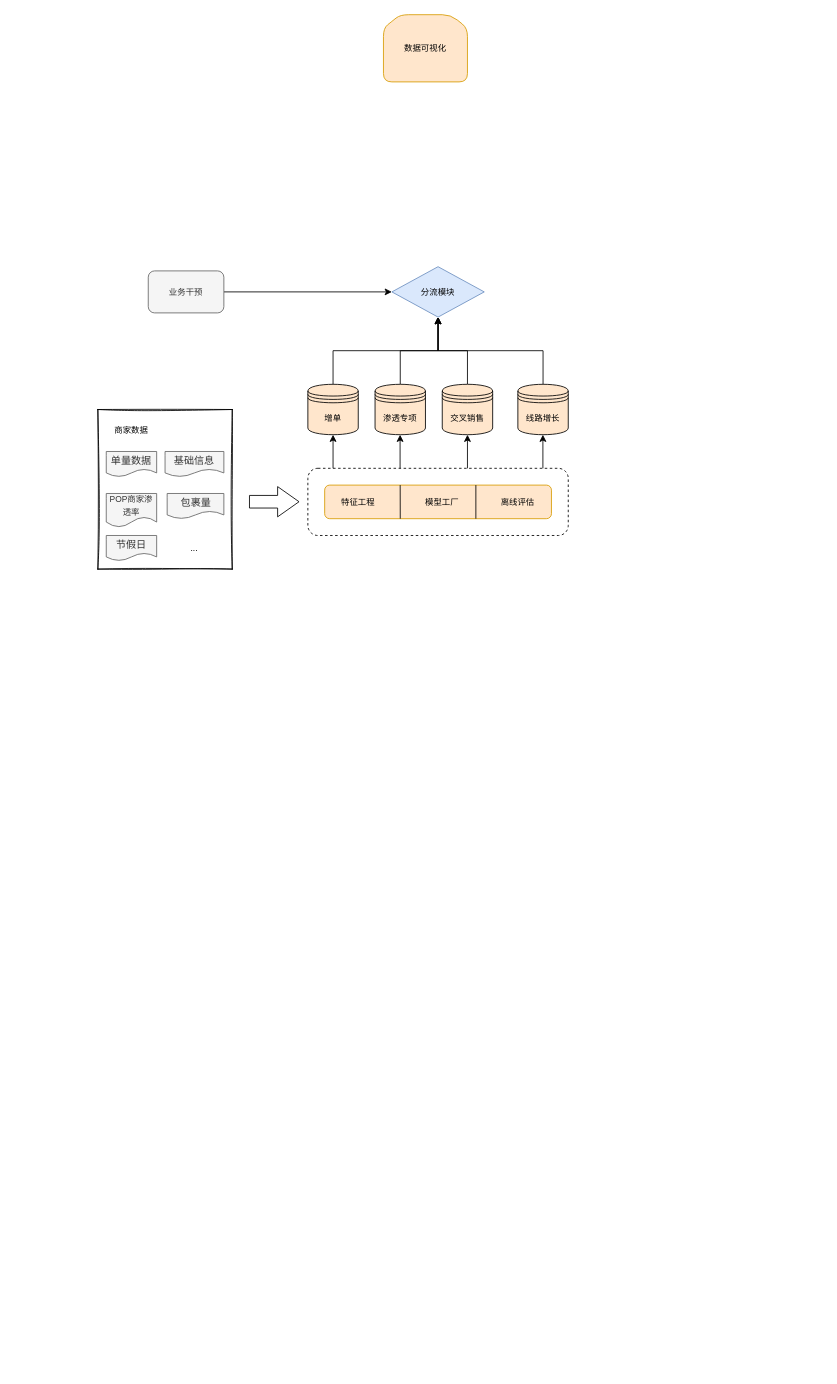
JintaiYang/drawio keeps this draw.io diagram as 增单.drawio. Above is the earlier version. Source tidied: cells renumbered, new cells numbered last; positions are measured from the earlier drawing's top-left corner, leaving out a move shared by most shapes. Both pictures are drawn from the tidied source at 84%, with x=0, y=0 at pixel (97, 14).
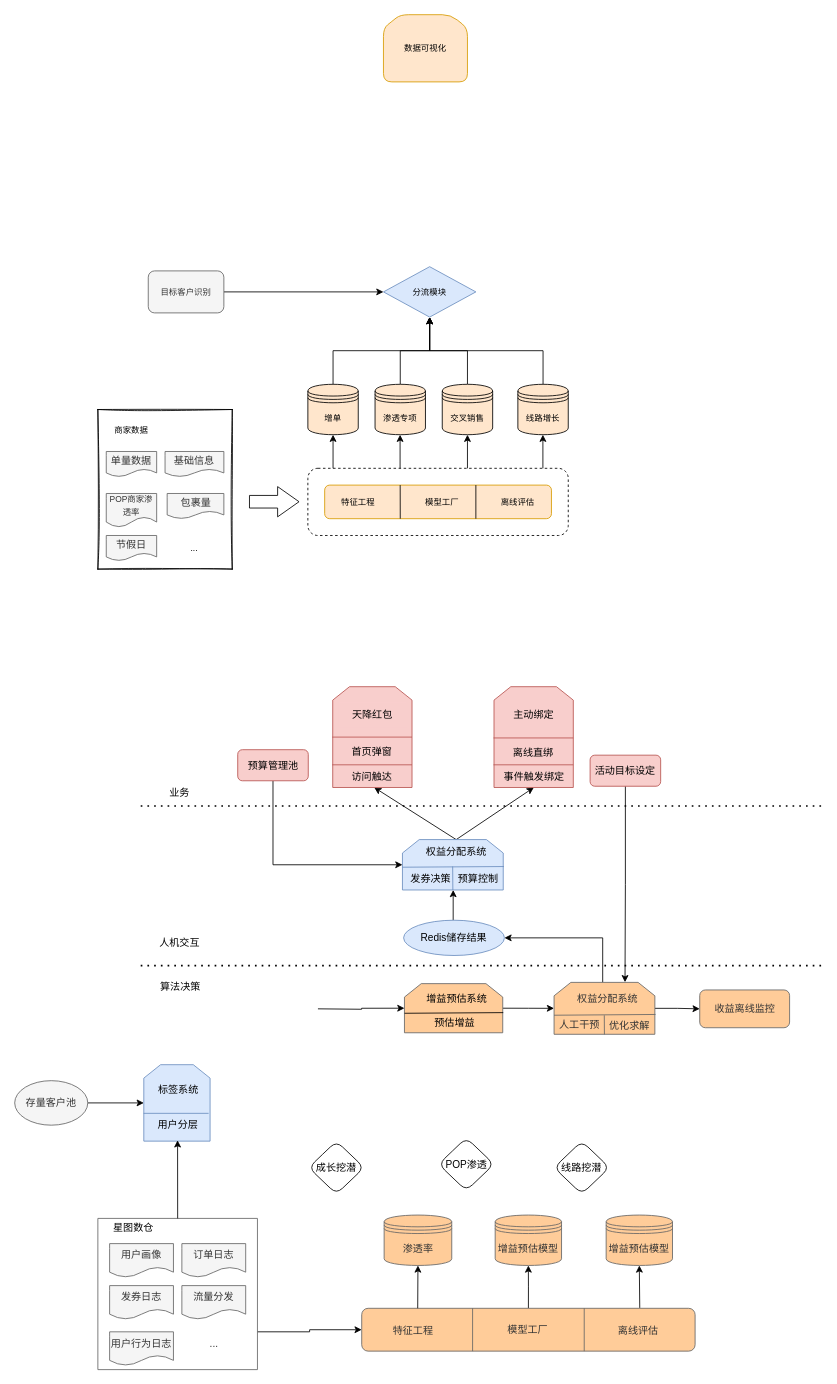
The same page after the edit.

The edit, as a diff of the source:
```diff
@@
     <mxCell id="26" value="分流模块" style="rhombus;whiteSpace=wrap;html=1;rounded=0;sketch=0;fontSize=10;fillColor=#dae8fc;strokeColor=#6c8ebf;" parent="1" vertex="1">
-      <mxGeometry x="350" y="300" width="110" height="60" as="geometry" />
+      <mxGeometry x="340" y="300" width="110" height="60" as="geometry" />
     </mxCell>
@@
-    <mxCell id="34" value="业务干预" style="rounded=1;whiteSpace=wrap;html=1;sketch=0;fontSize=10;fillColor=#f5f5f5;strokeColor=#666666;fontColor=#333333;" parent="1" vertex="1">
+    <mxCell id="34" value="目标客户识别" style="rounded=1;whiteSpace=wrap;html=1;sketch=0;fontSize=10;fillColor=#f5f5f5;strokeColor=#666666;fontColor=#333333;" parent="1" vertex="1">
       <mxGeometry x="60" y="305" width="90" height="50" as="geometry" />
     </mxCell>
+    <mxCell id="35" style="edgeStyle=orthogonalEdgeStyle;rounded=0;jettySize=auto;html=1;exitX=1;exitY=0.75;exitDx=0;exitDy=0;entryX=0;entryY=0.5;entryDx=0;entryDy=0;strokeWidth=1;" parent="1" edge="1" source="36" target="92">
+      <mxGeometry relative="1" as="geometry" />
+    </mxCell>
+    <mxCell id="36" style="swimlane;startSize=0;rounded=1;arcSize=38;fillColor=#f5f5f5;fontColor=#333333;strokeColor=#666666;" parent="1" vertex="1">
+      <mxGeometry y="1433" width="190" height="180" as="geometry" />
+    </mxCell>
+    <mxCell id="37" value="用户画像" style="shape=document;whiteSpace=wrap;html=1;boundedLbl=1;rounded=1;fillColor=#f5f5f5;fontColor=#333333;strokeColor=#666666;" parent="36" vertex="1">
+      <mxGeometry x="14" y="30" width="76" height="40" as="geometry" />
+    </mxCell>
+    <mxCell id="38" value="订单日志" style="shape=document;whiteSpace=wrap;html=1;boundedLbl=1;rounded=1;fillColor=#f5f5f5;fontColor=#333333;strokeColor=#666666;" parent="36" vertex="1">
+      <mxGeometry x="100" y="30" width="76" height="40" as="geometry" />
+    </mxCell>
+    <mxCell id="39" value="发券日志" style="shape=document;whiteSpace=wrap;html=1;boundedLbl=1;rounded=1;fillColor=#f5f5f5;fontColor=#333333;strokeColor=#666666;" parent="36" vertex="1">
+      <mxGeometry x="14" y="80" width="76" height="40" as="geometry" />
+    </mxCell>
+    <mxCell id="40" value="流量分发" style="shape=document;whiteSpace=wrap;html=1;boundedLbl=1;rounded=1;fillColor=#f5f5f5;fontColor=#333333;strokeColor=#666666;" parent="36" vertex="1">
+      <mxGeometry x="100" y="80" width="76" height="40" as="geometry" />
+    </mxCell>
+    <mxCell id="41" value="用户行为日志" style="shape=document;whiteSpace=wrap;html=1;boundedLbl=1;rounded=1;fillColor=#f5f5f5;fontColor=#333333;strokeColor=#666666;" parent="36" vertex="1">
+      <mxGeometry x="14" y="135" width="76" height="40" as="geometry" />
+    </mxCell>
+    <mxCell id="42" value="..." style="text;html=1;align=center;verticalAlign=middle;strokeColor=none;fillColor=none;fontColor=#333333;" parent="36" vertex="1">
+      <mxGeometry x="123" y="135" width="30" height="30" as="geometry" />
+    </mxCell>
+    <mxCell id="43" value="收益离线监控" style="rounded=1;whiteSpace=wrap;html=1;fillColor=#FFCC99;fontColor=#333333;strokeColor=#666666;" parent="1" vertex="1">
+      <mxGeometry x="716.5" y="1161" width="107" height="45" as="geometry" />
+    </mxCell>
+    <mxCell id="44" style="edgeStyle=orthogonalEdgeStyle;rounded=0;jettySize=auto;html=1;entryX=0;entryY=0.5;entryDx=0;entryDy=0;strokeWidth=1;" parent="1" edge="1" target="80">
+      <mxGeometry relative="1" as="geometry">
+        <mxPoint x="262" y="1183.5" as="sourcePoint" />
+      </mxGeometry>
+    </mxCell>
+    <mxCell id="45" value="渗透率" style="shape=datastore;whiteSpace=wrap;html=1;rounded=1;glass=0;sketch=0;strokeWidth=1;fillColor=#FFCC99;fontColor=#333333;strokeColor=#666666;" parent="1" vertex="1">
+      <mxGeometry x="340.8" y="1429" width="80.5" height="60" as="geometry" />
+    </mxCell>
+    <mxCell id="46" style="edgeStyle=orthogonalEdgeStyle;rounded=0;jettySize=auto;html=1;exitX=0.5;exitY=1;exitDx=0;exitDy=0;entryX=0.704;entryY=-0.003;entryDx=0;entryDy=0;entryPerimeter=0;strokeWidth=1;" parent="1" edge="1" source="47" target="84">
+      <mxGeometry relative="1" as="geometry" />
+    </mxCell>
+    <mxCell id="47" value="活动目标设定" style="rounded=1;whiteSpace=wrap;html=1;glass=0;sketch=0;strokeWidth=1;fillColor=#f8cecc;strokeColor=#b85450;" parent="1" vertex="1">
+      <mxGeometry x="586" y="881.5" width="84" height="37" as="geometry" />
+    </mxCell>
+    <mxCell id="48" style="shape=loopLimit;whiteSpace=wrap;html=1;rounded=0;sketch=0;size=20;fillColor=#dae8fc;strokeColor=#6c8ebf;" parent="1" vertex="1">
+      <mxGeometry x="54.7" y="1250" width="78.9" height="91" as="geometry" />
+    </mxCell>
+    <mxCell id="49" value="标签系统" style="text;html=1;strokeColor=none;fillColor=none;align=center;verticalAlign=middle;whiteSpace=wrap;rounded=0;sketch=0;" parent="1" vertex="1">
+      <mxGeometry x="55.6" y="1265" width="80" height="30" as="geometry" />
+    </mxCell>
+    <mxCell id="50" style="endArrow=none;html=1;rounded=0;exitX=-0.01;exitY=0.572;exitDx=0;exitDy=0;exitPerimeter=0;fillColor=#dae8fc;strokeColor=#6c8ebf;" parent="1" edge="1">
+      <mxGeometry relative="1" as="geometry">
+        <mxPoint x="54.4" y="1307.9" as="sourcePoint" />
+        <mxPoint x="131.9" y="1307.9" as="targetPoint" />
+      </mxGeometry>
+    </mxCell>
+    <mxCell id="51" value="用户分层" style="text;html=1;align=center;verticalAlign=middle;strokeColor=none;fillColor=none;" parent="1" vertex="1">
+      <mxGeometry x="60.1" y="1307" width="70" height="30" as="geometry" />
+    </mxCell>
+    <mxCell id="52" style="endArrow=classic;html=1;rounded=0;strokeWidth=1;exitX=0.5;exitY=0;exitDx=0;exitDy=0;" parent="1" edge="1" source="36">
+      <mxGeometry relative="1" as="geometry">
+        <mxPoint x="94.9" y="1340" as="targetPoint" />
+      </mxGeometry>
+    </mxCell>
+    <mxCell id="53" style="edgeStyle=orthogonalEdgeStyle;rounded=0;jettySize=auto;html=1;exitX=1;exitY=0.5;exitDx=0;exitDy=0;entryX=0;entryY=0.5;entryDx=0;entryDy=0;strokeWidth=1;" parent="1" edge="1" source="80" target="84">
+      <mxGeometry relative="1" as="geometry" />
+    </mxCell>
+    <mxCell id="54" style="edgeStyle=orthogonalEdgeStyle;rounded=0;jettySize=auto;html=1;exitX=1;exitY=0.5;exitDx=0;exitDy=0;entryX=0;entryY=0.5;entryDx=0;entryDy=0;strokeWidth=1;" parent="1" edge="1" source="84" target="43">
+      <mxGeometry relative="1" as="geometry" />
+    </mxCell>
+    <mxCell id="55" style="endArrow=classic;html=1;rounded=0;strokeWidth=1;entryX=0.543;entryY=0.933;entryDx=0;entryDy=0;entryPerimeter=0;exitX=0.5;exitY=0;exitDx=0;exitDy=0;" parent="1" edge="1" source="68" target="61">
+      <mxGeometry relative="1" as="geometry" />
+    </mxCell>
+    <mxCell id="56" style="shape=loopLimit;whiteSpace=wrap;html=1;rounded=0;sketch=0;size=20;fillColor=#f8cecc;strokeColor=#b85450;" parent="1" vertex="1">
+      <mxGeometry x="279.6" y="800" width="94.4" height="120" as="geometry" />
+    </mxCell>
+    <mxCell id="57" style="endArrow=none;html=1;rounded=0;exitX=-0.01;exitY=0.572;exitDx=0;exitDy=0;exitPerimeter=0;fillColor=#f8cecc;strokeColor=#b85450;" parent="1" edge="1">
+      <mxGeometry relative="1" as="geometry">
+        <mxPoint x="279" y="860" as="sourcePoint" />
+        <mxPoint x="374" y="860" as="targetPoint" />
+      </mxGeometry>
+    </mxCell>
+    <mxCell id="58" value="天降红包" style="text;html=1;strokeColor=none;fillColor=#f8cecc;align=center;verticalAlign=middle;whiteSpace=wrap;rounded=0;sketch=0;" parent="1" vertex="1">
+      <mxGeometry x="287" y="819" width="80" height="30" as="geometry" />
+    </mxCell>
+    <mxCell id="59" style="endArrow=none;html=1;rounded=0;exitX=-0.01;exitY=0.572;exitDx=0;exitDy=0;exitPerimeter=0;fillColor=#f8cecc;strokeColor=#b85450;" parent="1" edge="1">
+      <mxGeometry relative="1" as="geometry">
+        <mxPoint x="279" y="893" as="sourcePoint" />
+        <mxPoint x="374" y="893" as="targetPoint" />
+      </mxGeometry>
+    </mxCell>
+    <mxCell id="60" value="首页弹窗" style="text;html=1;align=center;verticalAlign=middle;strokeColor=none;fillColor=none;" parent="1" vertex="1">
+      <mxGeometry x="291" y="863" width="70" height="30" as="geometry" />
+    </mxCell>
+    <mxCell id="61" value="访问触达" style="text;html=1;align=center;verticalAlign=middle;points=[];strokeColor=none;fillColor=none;" parent="1" vertex="1">
+      <mxGeometry x="291" y="892" width="70" height="30" as="geometry" />
+    </mxCell>
+    <mxCell id="62" style="endArrow=classic;html=1;rounded=0;strokeWidth=1;exitX=0.5;exitY=0;exitDx=0;exitDy=0;entryX=0.5;entryY=0.9;entryDx=0;entryDy=0;entryPerimeter=0;" parent="1" edge="1" source="68" target="75">
+      <mxGeometry relative="1" as="geometry" />
+    </mxCell>
+    <mxCell id="63" style="shape=loopLimit;whiteSpace=wrap;html=1;rounded=0;sketch=0;size=20;fillColor=#dae8fc;strokeColor=#6c8ebf;" parent="1" vertex="1">
+      <mxGeometry x="362.6" y="982" width="120" height="60" as="geometry" />
+    </mxCell>
+    <mxCell id="64" style="endArrow=none;html=1;rounded=0;entryX=0.997;entryY=0.558;entryDx=0;entryDy=0;exitX=-0.01;exitY=0.572;exitDx=0;exitDy=0;exitPerimeter=0;entryPerimeter=0;fillColor=#dae8fc;strokeColor=#6c8ebf;" parent="1" edge="1">
+      <mxGeometry relative="1" as="geometry">
+        <mxPoint x="362.6" y="1014.9" as="sourcePoint" />
+        <mxPoint x="483.4" y="1014.1" as="targetPoint" />
+      </mxGeometry>
+    </mxCell>
+    <mxCell id="65" style="endArrow=none;html=1;rounded=0;fillColor=#dae8fc;strokeColor=#6c8ebf;" parent="1" edge="1">
+      <mxGeometry relative="1" as="geometry">
+        <mxPoint x="423.5" y="1042" as="sourcePoint" />
+        <mxPoint x="423.5" y="1042" as="targetPoint" />
+      </mxGeometry>
+    </mxCell>
+    <mxCell id="66" style="endArrow=none;html=1;rounded=0;exitX=0.5;exitY=1;exitDx=0;exitDy=0;fillColor=#dae8fc;strokeColor=#6c8ebf;" parent="1" edge="1" source="63">
+      <mxGeometry relative="1" as="geometry">
+        <mxPoint x="422.4" y="1014" as="targetPoint" />
+      </mxGeometry>
+    </mxCell>
+    <mxCell id="67" value="预算控制" style="text;html=1;strokeColor=none;fillColor=none;align=center;verticalAlign=middle;whiteSpace=wrap;rounded=0;sketch=0;" parent="1" vertex="1">
+      <mxGeometry x="422.6" y="1014" width="60" height="30" as="geometry" />
+    </mxCell>
+    <mxCell id="68" value="权益分配系统" style="text;html=1;strokeColor=none;fillColor=none;align=center;verticalAlign=middle;whiteSpace=wrap;rounded=0;sketch=0;" parent="1" vertex="1">
+      <mxGeometry x="386.6" y="982" width="80" height="30" as="geometry" />
+    </mxCell>
+    <mxCell id="69" value="发券决策" style="text;html=1;align=center;verticalAlign=middle;strokeColor=none;fillColor=none;" parent="1" vertex="1">
+      <mxGeometry x="361" y="1014" width="70" height="30" as="geometry" />
+    </mxCell>
+    <mxCell id="70" style="shape=loopLimit;whiteSpace=wrap;html=1;rounded=0;sketch=0;size=20;fillColor=#f8cecc;strokeColor=#b85450;" parent="1" vertex="1">
+      <mxGeometry x="471.6" y="800" width="94.4" height="120" as="geometry" />
+    </mxCell>
+    <mxCell id="71" style="endArrow=none;html=1;rounded=0;exitX=-0.01;exitY=0.572;exitDx=0;exitDy=0;exitPerimeter=0;fillColor=#f8cecc;strokeColor=#b85450;" parent="1" edge="1">
+      <mxGeometry relative="1" as="geometry">
+        <mxPoint x="471" y="861" as="sourcePoint" />
+        <mxPoint x="566" y="861" as="targetPoint" />
+      </mxGeometry>
+    </mxCell>
+    <mxCell id="72" value="主动绑定" style="text;html=1;strokeColor=none;fillColor=none;align=center;verticalAlign=middle;whiteSpace=wrap;rounded=0;sketch=0;" parent="1" vertex="1">
+      <mxGeometry x="479" y="819" width="80" height="30" as="geometry" />
+    </mxCell>
+    <mxCell id="73" style="endArrow=none;html=1;rounded=0;exitX=-0.01;exitY=0.572;exitDx=0;exitDy=0;exitPerimeter=0;fillColor=#f8cecc;strokeColor=#b85450;" parent="1" edge="1">
+      <mxGeometry relative="1" as="geometry">
+        <mxPoint x="471" y="893" as="sourcePoint" />
+        <mxPoint x="566" y="893" as="targetPoint" />
+      </mxGeometry>
+    </mxCell>
+    <mxCell id="74" value="离线直绑" style="text;html=1;align=center;verticalAlign=middle;strokeColor=none;fillColor=none;" parent="1" vertex="1">
+      <mxGeometry x="483" y="864" width="70" height="30" as="geometry" />
+    </mxCell>
+    <mxCell id="75" value="事件触发绑定" style="text;html=1;align=center;verticalAlign=middle;points=[];strokeColor=none;fillColor=none;" parent="1" vertex="1">
+      <mxGeometry x="469" y="893" width="100" height="30" as="geometry" />
+    </mxCell>
+    <mxCell id="76" style="edgeStyle=orthogonalEdgeStyle;rounded=0;orthogonalLoop=1;jettySize=auto;html=1;exitX=0.5;exitY=0;exitDx=0;exitDy=0;strokeWidth=1;entryX=0.914;entryY=0.933;entryDx=0;entryDy=0;entryPerimeter=0;" parent="1" edge="1">
+      <mxGeometry relative="1" as="geometry">
+        <mxPoint x="423" y="1078" as="sourcePoint" />
+        <mxPoint x="423" y="1042" as="targetPoint" />
+      </mxGeometry>
+    </mxCell>
+    <mxCell id="77" value="Redis储存结果" style="ellipse;whiteSpace=wrap;html=1;rounded=1;glass=0;sketch=0;strokeWidth=1;fillColor=#dae8fc;strokeColor=#6c8ebf;" parent="1" vertex="1">
+      <mxGeometry x="364" y="1078" width="120" height="42" as="geometry" />
+    </mxCell>
+    <mxCell id="78" style="edgeStyle=orthogonalEdgeStyle;rounded=0;jettySize=auto;html=1;entryX=1;entryY=0.5;entryDx=0;entryDy=0;strokeWidth=1;" parent="1" edge="1" source="84" target="77">
+      <mxGeometry relative="1" as="geometry">
+        <Array as="points">
+          <mxPoint x="601" y="1099" />
+        </Array>
+      </mxGeometry>
+    </mxCell>
+    <mxCell id="79" style="endArrow=none;dashed=1;html=1;dashPattern=1 3;strokeWidth=2;rounded=0;" parent="1" edge="1">
+      <mxGeometry relative="1" as="geometry">
+        <mxPoint x="51" y="1132" as="sourcePoint" />
+        <mxPoint x="861" y="1132" as="targetPoint" />
+      </mxGeometry>
+    </mxCell>
+    <mxCell id="80" style="shape=loopLimit;whiteSpace=wrap;html=1;rounded=0;sketch=0;size=20;fillColor=#FFCC99;strokeColor=#666666;fontColor=#333333;" parent="1" vertex="1">
+      <mxGeometry x="365" y="1153.5" width="117" height="58.5" as="geometry" />
+    </mxCell>
+    <mxCell id="81" style="endArrow=none;html=1;rounded=0;entryX=0.997;entryY=0.558;entryDx=0;entryDy=0;entryPerimeter=0;fillColor=#fff2cc;strokeColor=#000000;exitX=0.001;exitY=0.603;exitDx=0;exitDy=0;exitPerimeter=0;" parent="1" edge="1" source="80">
+      <mxGeometry relative="1" as="geometry">
+        <mxPoint x="482.6" y="1188" as="targetPoint" />
+      </mxGeometry>
+    </mxCell>
+    <mxCell id="82" value="预估增益" style="text;html=1;strokeColor=none;fillColor=none;align=center;verticalAlign=middle;whiteSpace=wrap;rounded=0;sketch=0;" parent="1" vertex="1">
+      <mxGeometry x="395" y="1193.5" width="60" height="15" as="geometry" />
+    </mxCell>
+    <mxCell id="83" value="增益预估系统" style="text;html=1;strokeColor=none;fillColor=none;align=center;verticalAlign=middle;whiteSpace=wrap;rounded=0;sketch=0;" parent="1" vertex="1">
+      <mxGeometry x="389.2" y="1164.5" width="77" height="15" as="geometry" />
+    </mxCell>
+    <mxCell id="84" style="shape=loopLimit;whiteSpace=wrap;html=1;rounded=0;sketch=0;size=20;fillColor=#FFCC99;fontColor=#333333;strokeColor=#666666;" parent="1" vertex="1">
+      <mxGeometry x="543.1" y="1152" width="120" height="61.8" as="geometry" />
+    </mxCell>
+    <mxCell id="85" style="endArrow=none;html=1;rounded=0;entryX=0.997;entryY=0.558;entryDx=0;entryDy=0;exitX=-0.01;exitY=0.572;exitDx=0;exitDy=0;exitPerimeter=0;entryPerimeter=0;fillColor=#f5f5f5;strokeColor=#666666;" parent="1" edge="1">
+      <mxGeometry relative="1" as="geometry">
+        <mxPoint x="543.1" y="1191.1" as="sourcePoint" />
+        <mxPoint x="663.9" y="1190.2" as="targetPoint" />
+      </mxGeometry>
+    </mxCell>
+    <mxCell id="86" style="endArrow=none;html=1;rounded=0;fillColor=#f5f5f5;strokeColor=#666666;" parent="1" edge="1" target="84">
+      <mxGeometry relative="1" as="geometry">
+        <mxPoint x="603" y="1213.8" as="sourcePoint" />
+      </mxGeometry>
+    </mxCell>
+    <mxCell id="87" style="endArrow=none;html=1;rounded=0;exitX=-0.001;exitY=0.837;exitDx=0;exitDy=0;exitPerimeter=0;fillColor=#f5f5f5;strokeColor=#666666;" parent="1" edge="1" source="88">
+      <mxGeometry relative="1" as="geometry">
+        <mxPoint x="602.9" y="1191.2" as="targetPoint" />
+      </mxGeometry>
+    </mxCell>
+    <mxCell id="88" value="优化求解" style="text;html=1;strokeColor=none;fillColor=none;align=center;verticalAlign=middle;whiteSpace=wrap;rounded=0;sketch=0;fontColor=#333333;" parent="1" vertex="1">
+      <mxGeometry x="603.1" y="1188.1" width="60" height="30.9" as="geometry" />
+    </mxCell>
+    <mxCell id="89" value="权益分配系统" style="text;html=1;strokeColor=none;fillColor=none;align=center;verticalAlign=middle;whiteSpace=wrap;rounded=0;sketch=0;fontColor=#333333;" parent="1" vertex="1">
+      <mxGeometry x="567.1" y="1156.1" width="80" height="30.9" as="geometry" />
+    </mxCell>
+    <mxCell id="90" value="人工干预" style="text;html=1;align=center;verticalAlign=middle;strokeColor=none;fillColor=none;fontColor=#333333;" parent="1" vertex="1">
+      <mxGeometry x="538.1" y="1188.1" width="70" height="30" as="geometry" />
+    </mxCell>
+    <mxCell id="91" style="edgeStyle=orthogonalEdgeStyle;rounded=0;jettySize=auto;html=1;exitX=0.5;exitY=0;exitDx=0;exitDy=0;entryX=0.5;entryY=1;entryDx=0;entryDy=0;" parent="1" edge="1" source="92" target="105">
+      <mxGeometry relative="1" as="geometry" />
+    </mxCell>
+    <mxCell id="92" value="模型工厂" style="shape=process;whiteSpace=wrap;html=1;backgroundOutline=1;rounded=1;glass=0;sketch=0;strokeWidth=1;size=0.3333333333333333;fillColor=#FFCC99;fontColor=#333333;strokeColor=#666666;" parent="1" vertex="1">
+      <mxGeometry x="314.1" y="1540" width="396.9" height="51" as="geometry" />
+    </mxCell>
+    <mxCell id="93" value="特征工程" style="text;html=1;align=center;verticalAlign=middle;strokeColor=none;fillColor=none;fontColor=#333333;" parent="1" vertex="1">
+      <mxGeometry x="340" y="1552" width="70" height="30" as="geometry" />
+    </mxCell>
+    <mxCell id="94" value="离线评估" style="text;html=1;align=center;verticalAlign=middle;strokeColor=none;fillColor=none;fontColor=#333333;" parent="1" vertex="1">
+      <mxGeometry x="608.1" y="1552" width="70" height="30" as="geometry" />
+    </mxCell>
+    <mxCell id="95" value="算法决策" style="text;html=1;align=center;verticalAlign=middle;strokeColor=none;fillColor=none;" parent="1" vertex="1">
+      <mxGeometry x="63" y="1142.5" width="70" height="30" as="geometry" />
+    </mxCell>
+    <mxCell id="96" value="人机交互" style="text;html=1;align=center;verticalAlign=middle;strokeColor=none;fillColor=none;" parent="1" vertex="1">
+      <mxGeometry x="62" y="1090" width="70" height="30" as="geometry" />
+    </mxCell>
+    <mxCell id="97" value="星图数仓" style="text;html=1;align=center;verticalAlign=middle;strokeColor=none;fillColor=none;" parent="1" vertex="1">
+      <mxGeometry x="7" y="1430" width="70" height="30" as="geometry" />
+    </mxCell>
+    <mxCell id="98" style="endArrow=none;dashed=1;html=1;dashPattern=1 3;strokeWidth=2;rounded=0;" parent="1" edge="1">
+      <mxGeometry relative="1" as="geometry">
+        <mxPoint x="51" y="942" as="sourcePoint" />
+        <mxPoint x="861" y="942" as="targetPoint" />
+      </mxGeometry>
+    </mxCell>
+    <mxCell id="99" value="业务" style="text;html=1;align=center;verticalAlign=middle;strokeColor=none;fillColor=none;" parent="1" vertex="1">
+      <mxGeometry x="72" y="912" width="50" height="30" as="geometry" />
+    </mxCell>
+    <mxCell id="100" style="edgeStyle=orthogonalEdgeStyle;rounded=0;jettySize=auto;html=1;exitX=0.5;exitY=1;exitDx=0;exitDy=0;entryX=0;entryY=0.5;entryDx=0;entryDy=0;fontSize=10;" parent="1" edge="1" source="101" target="63">
+      <mxGeometry relative="1" as="geometry" />
+    </mxCell>
+    <mxCell id="101" value="预算管理池" style="rounded=1;whiteSpace=wrap;html=1;glass=0;sketch=0;strokeWidth=1;fillColor=#f8cecc;strokeColor=#b85450;" parent="1" vertex="1">
+      <mxGeometry x="166.5" y="875" width="84" height="37" as="geometry" />
+    </mxCell>
+    <mxCell id="102" style="edgeStyle=orthogonalEdgeStyle;rounded=0;jettySize=auto;html=1;exitX=1;exitY=0.5;exitDx=0;exitDy=0;entryX=0;entryY=0.5;entryDx=0;entryDy=0;" parent="1" edge="1" source="103" target="48">
+      <mxGeometry relative="1" as="geometry" />
+    </mxCell>
+    <mxCell id="103" value="存量客户池" style="ellipse;whiteSpace=wrap;html=1;fillColor=#f5f5f5;fontColor=#333333;strokeColor=#666666;" parent="1" vertex="1">
+      <mxGeometry x="-99" y="1269" width="87" height="53" as="geometry" />
+    </mxCell>
+    <mxCell id="104" value="增益预估模型" style="shape=datastore;whiteSpace=wrap;html=1;rounded=1;glass=0;sketch=0;strokeWidth=1;fillColor=#FFCC99;fontColor=#333333;strokeColor=#666666;" parent="1" vertex="1">
+      <mxGeometry x="605.1" y="1429" width="79" height="60" as="geometry" />
+    </mxCell>
+    <mxCell id="105" value="增益预估模型" style="shape=datastore;whiteSpace=wrap;html=1;rounded=1;glass=0;sketch=0;strokeWidth=1;fillColor=#FFCC99;fontColor=#333333;strokeColor=#666666;" parent="1" vertex="1">
+      <mxGeometry x="473" y="1429" width="79" height="60" as="geometry" />
+    </mxCell>
+    <mxCell id="106" value="POP渗透" style="rhombus;whiteSpace=wrap;html=1;rounded=1;" parent="1" vertex="1">
+      <mxGeometry x="405.6" y="1337" width="66" height="63" as="geometry" />
+    </mxCell>
+    <mxCell id="107" value="成长挖潜" style="rhombus;whiteSpace=wrap;html=1;rounded=1;" parent="1" vertex="1">
+      <mxGeometry x="251" y="1341" width="66" height="63" as="geometry" />
+    </mxCell>
+    <mxCell id="108" value="线路挖潜" style="rhombus;whiteSpace=wrap;html=1;rounded=1;" parent="1" vertex="1">
+      <mxGeometry x="543.1" y="1341" width="66" height="63" as="geometry" />
+    </mxCell>
+    <mxCell id="109" style="endArrow=classic;html=1;rounded=0;entryX=0.5;entryY=1;entryDx=0;entryDy=0;exitX=0.168;exitY=-0.001;exitDx=0;exitDy=0;exitPerimeter=0;" parent="1" edge="1" source="92" target="45">
+      <mxGeometry relative="1" as="geometry" />
+    </mxCell>
+    <mxCell id="110" style="endArrow=classic;html=1;rounded=0;entryX=0.5;entryY=1;entryDx=0;entryDy=0;exitX=0.834;exitY=-0.01;exitDx=0;exitDy=0;exitPerimeter=0;" parent="1" edge="1" source="92" target="104">
+      <mxGeometry relative="1" as="geometry" />
+    </mxCell>
```
